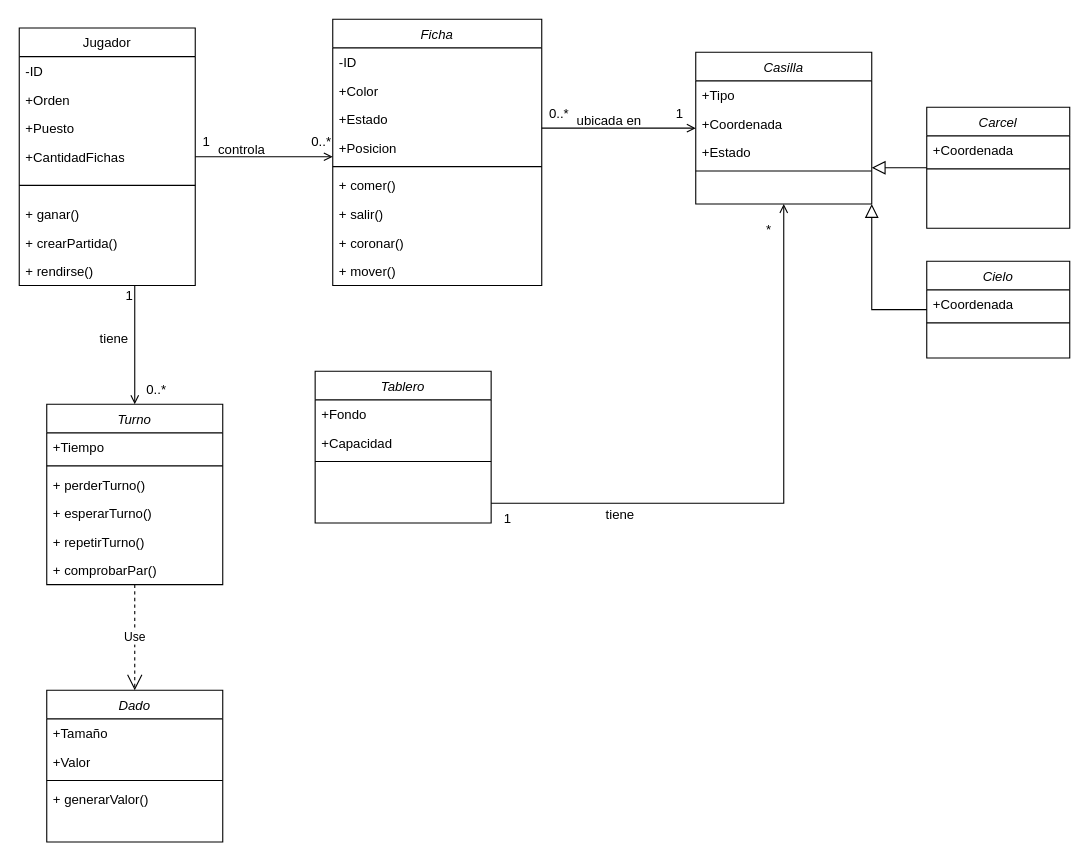
Before: Diagrama de Clases.drawio in b0mbillo/ProyectoParques, a draw.io diagram. Source tidied: cells renumbered, new cells numbered last; positions are measured from the earlier drawing's top-left corner, leaving out a move shared by most shapes. Both pictures are drawn from the tidied source at 110%, with x=0, y=0 at pixel (19, 19).
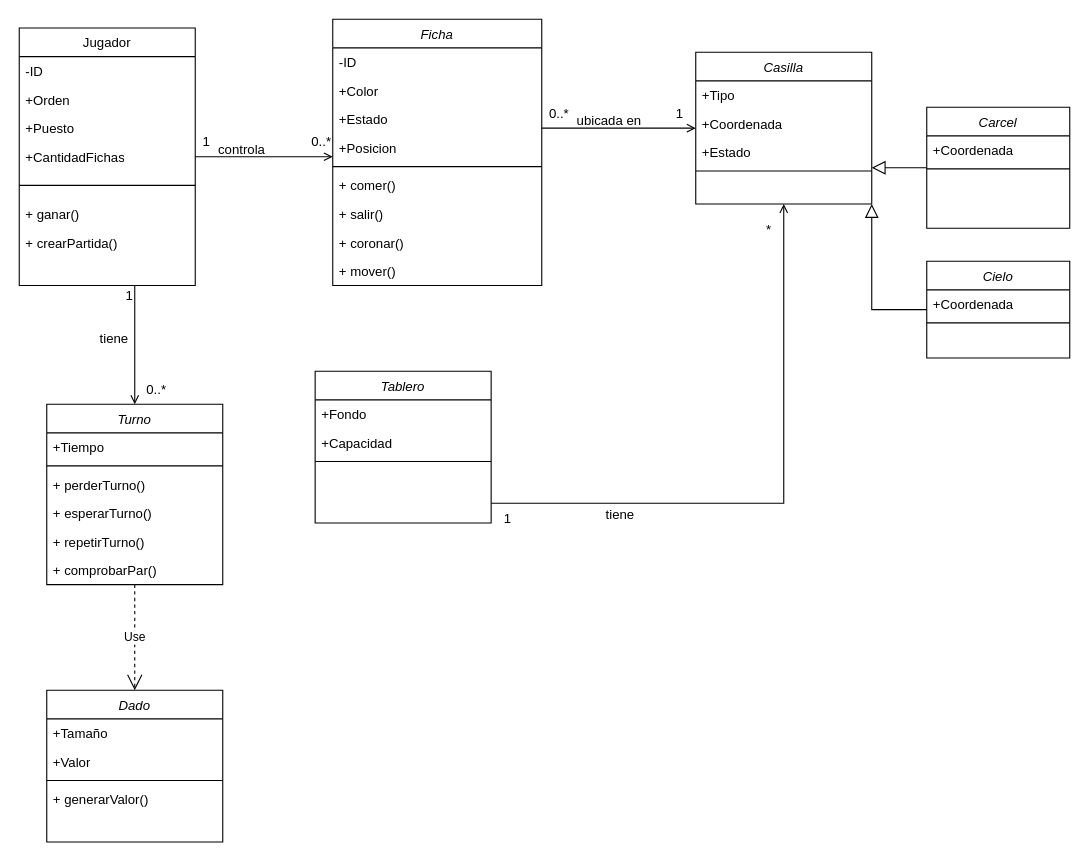
The same diagram, later.

Commit message:
Eliminar rendirse

Unchanged cells that the change refers to:
```xml
<mxCell id="13" value="Jugador" style="swimlane;fontStyle=0;align=center;verticalAlign=top;horizontal=1;startSize=26;rounded=0;shadow=0;strokeWidth=1;" parent="1" vertex="1">
  <mxGeometry y="8" width="160" height="234" as="geometry" />
</mxCell>
```

The edit, as a diff of the source:
```diff
@@
-    <mxCell id="21" value="+ rendirse()" style="text;strokeColor=none;fillColor=none;align=left;verticalAlign=top;spacingLeft=4;spacingRight=4;overflow=hidden;whiteSpace=wrap;html=1;" parent="13" vertex="1">
-      <mxGeometry y="208" width="160" height="26" as="geometry" />
-    </mxCell>
```
